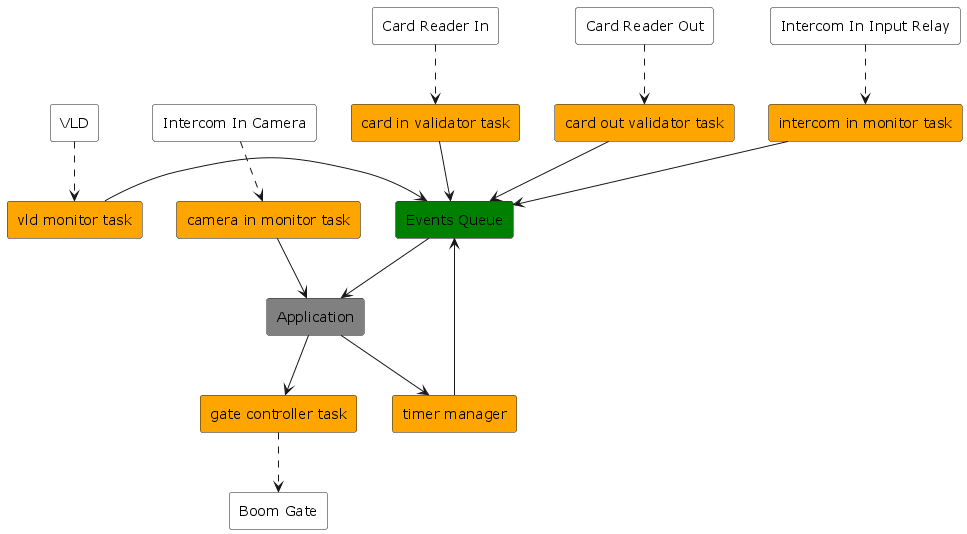
Earlier version of the PlantUML export assets/dataflow.png (Berigoo/onegate-parking).
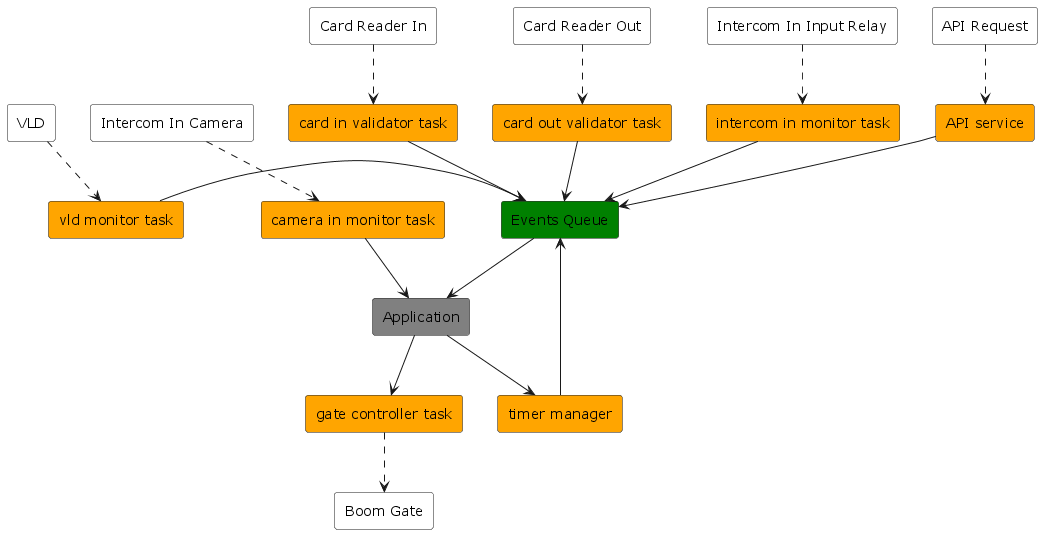
The same diagram one commit later.

Diff of the diagram source:
```diff
@@ -5,6 +5,7 @@
 rectangle "VLD" as vld #transparent
 rectangle "Intercom In Input Relay" as intercom #transparent
 rectangle "Intercom In Camera" as cam #transparent
+rectangle "API Request" as apireq #transparent
 
 rectangle "card in validator task" as validator1 #orange
 rectangle "card out validator task" as validator2 #orange
@@ -13,6 +14,7 @@
 rectangle "camera in monitor task" as cammonitor #orange
 rectangle "vld monitor task" as vldsmoother #orange
 rectangle "timer manager" as timermanager #orange
+rectangle "API service" as api #orange
 
 rectangle "Events Queue" as queue1 #green
 
@@ -24,10 +26,12 @@
 intercom ..> intercomsmoother
 gatectrl ..> gate
 cam ..> cammonitor
+apireq ..> api
 
 vldsmoother -right-> queue1
 validator1 --> queue1
 validator2 --> queue1
+api --> queue1
 
 intercomsmoother --> queue1
 timermanager --> queue1
```
